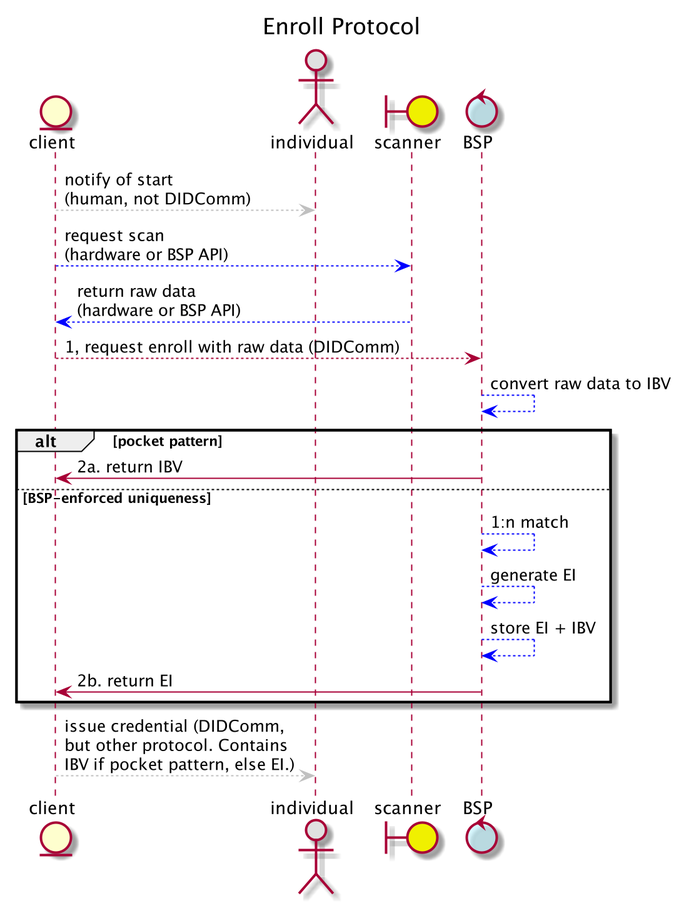
This is features/0528-biometric-enrollment-protocol/enroll-sequence.png from tiaramj/aries-rfcs, a PlantUML export, as it was before one commit. Its diagram source:
```plantuml
@startuml
title Enroll Protocol
entity client
actor individual #e0e0e0
boundary scanner #f0f000
control BSP #a4c2f4ff

client -[#c0c0c0]-> individual: notify of start\n(human, not DIDComm)
client -[#blue]-> scanner: request scan\n(hardware or BSP API)
scanner -[#blue]-> client: return raw data\n(hardware or BSP API)
client --> BSP: 1, request enroll with raw data (DIDComm)
BSP -[#blue]-> BSP: convert raw data to IBV
alt pocket pattern
BSP -> client: 2a. return IBV
else BSP-enforced uniqueness
BSP -[#blue]-> BSP: 1:n match
BSP -[#blue]-> BSP: generate EI
BSP -[#blue]-> BSP: store EI + IBV
BSP -> client: 2b. return EI
end
client -[#c0c0c0]-> individual: issue credential (DIDComm,\nbut other protocol. Contains\nIBV if pocket pattern, else EI.)

@enduml
```
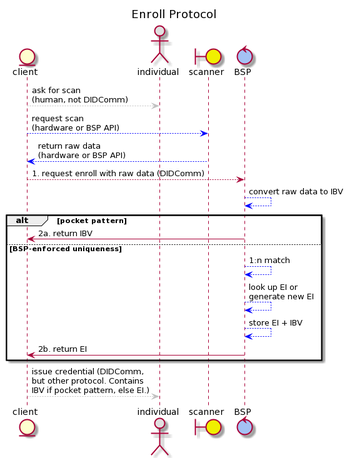
After the commit.

Commit message:
Made puml slightly clearer and corrected RFC link typo in RFC 0529

Diff of the diagram source:
```diff
@@ -5,19 +5,18 @@
 boundary scanner #f0f000
 control BSP #a4c2f4ff
 
-client -[#c0c0c0]-> individual: notify of start\n(human, not DIDComm)
+client -[#c0c0c0]-> individual: ask for scan\n(human, not DIDComm)
 client -[#blue]-> scanner: request scan\n(hardware or BSP API)
 scanner -[#blue]-> client: return raw data\n(hardware or BSP API)
-client --> BSP: 1, request enroll with raw data (DIDComm)
+client --> BSP: 1. request enroll with raw data (DIDComm)
 BSP -[#blue]-> BSP: convert raw data to IBV
 alt pocket pattern
 BSP -> client: 2a. return IBV
 else BSP-enforced uniqueness
 BSP -[#blue]-> BSP: 1:n match
-BSP -[#blue]-> BSP: generate EI
+BSP -[#blue]-> BSP: look up EI or\ngenerate new EI
 BSP -[#blue]-> BSP: store EI + IBV
 BSP -> client: 2b. return EI
 end
 client -[#c0c0c0]-> individual: issue credential (DIDComm,\nbut other protocol. Contains\nIBV if pocket pattern, else EI.)
-
 @enduml
```
